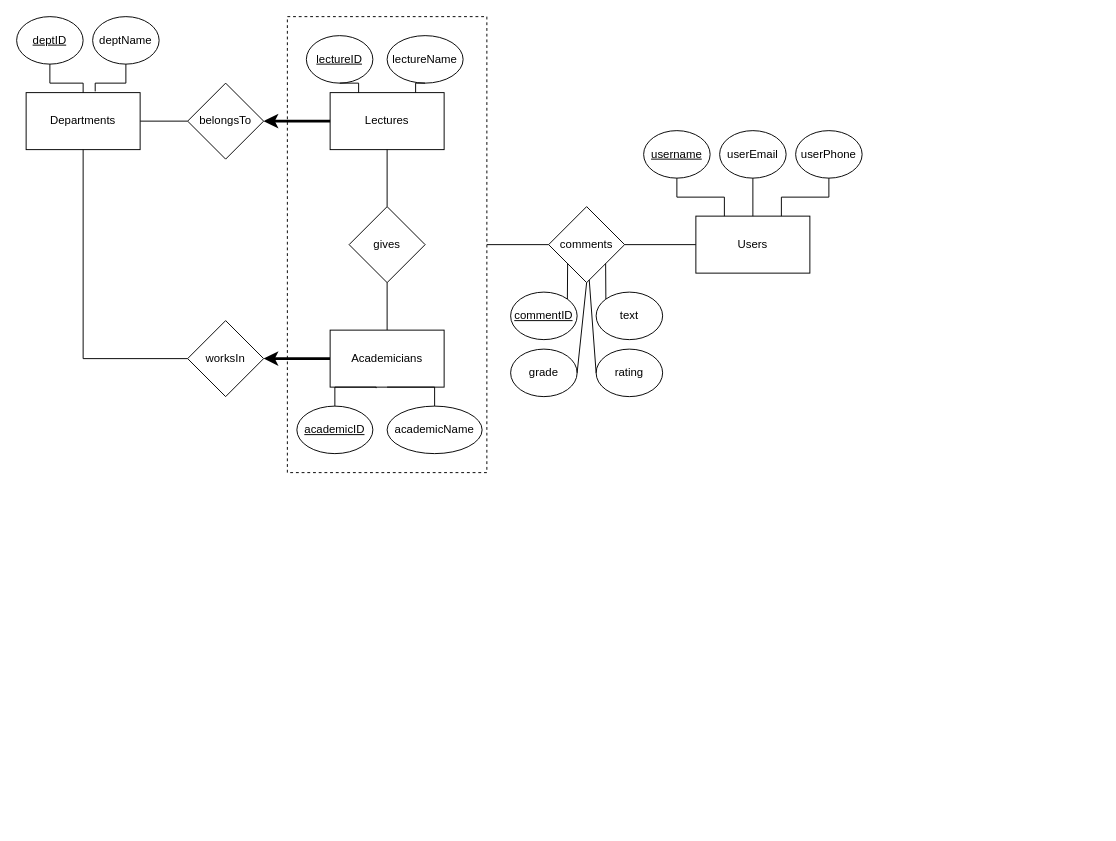
Before: Başlıksız Diyagram.drawio in apoionuz/ceng302, a draw.io diagram. Source tidied: cells renumbered, new cells numbered last; positions are measured from the earlier drawing's top-left corner, leaving out a move shared by most shapes. Both pictures are drawn from the tidied source at 95%, with x=0, y=0 at pixel (16, 16).
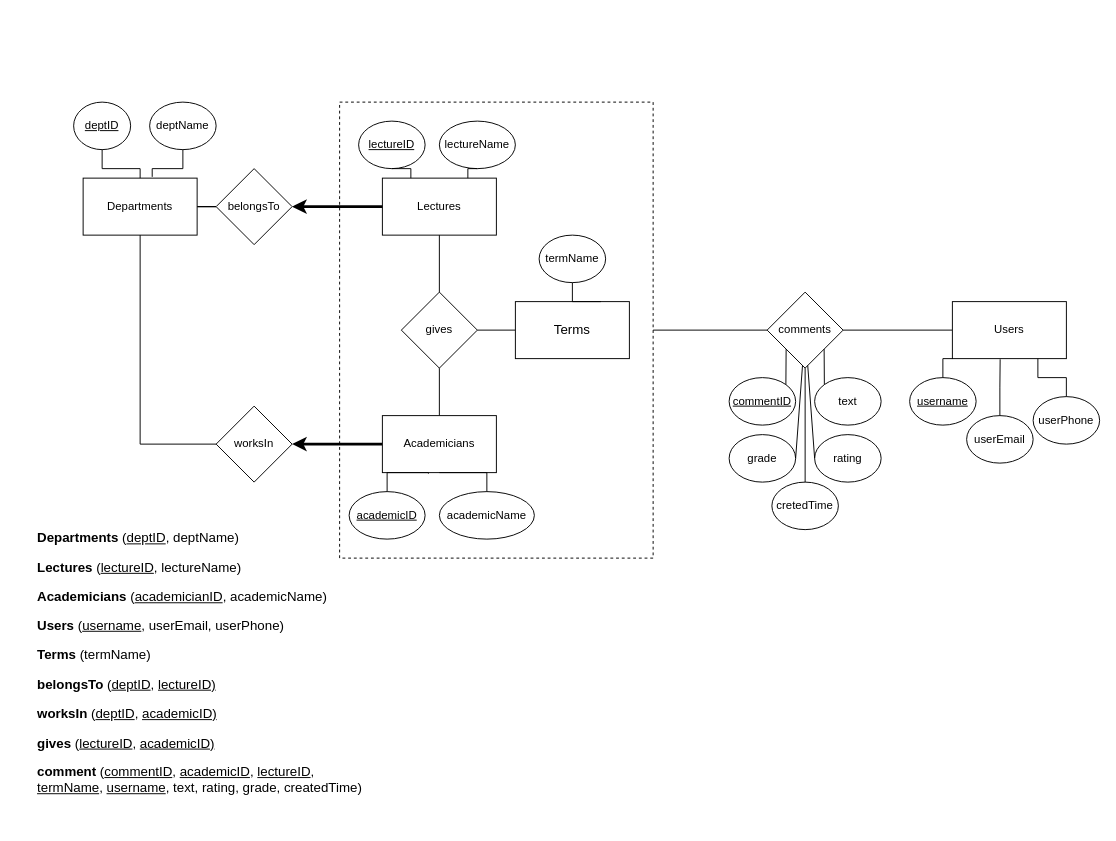
The same diagram, later.

The edit, as a diff of the source:
```diff
@@
     <mxCell id="4" value="Academicians" style="rounded=0;whiteSpace=wrap;html=1;" parent="1" vertex="1">
-      <mxGeometry x="330" y="330" width="120" height="60" as="geometry" />
+      <mxGeometry x="385" y="420" width="120" height="60" as="geometry" />
     </mxCell>
     <mxCell id="5" value="Lectures" style="rounded=0;whiteSpace=wrap;html=1;" parent="1" vertex="1">
-      <mxGeometry x="330" y="80" width="120" height="60" as="geometry" />
+      <mxGeometry x="385" y="170" width="120" height="60" as="geometry" />
     </mxCell>
@@
     <mxCell id="7" value="Users" style="rounded=0;whiteSpace=wrap;html=1;" parent="1" vertex="1">
-      <mxGeometry x="715" y="210" width="120" height="60" as="geometry" />
+      <mxGeometry x="985" y="300" width="120" height="60" as="geometry" />
     </mxCell>
@@
     <mxCell id="9" value="Departments" style="rounded=0;whiteSpace=wrap;html=1;" parent="1" vertex="1">
-      <mxGeometry x="10" y="80" width="120" height="60" as="geometry" />
+      <mxGeometry x="70" y="170" width="120" height="60" as="geometry" />
     </mxCell>
@@
     <mxCell id="11" value="belongsTo" style="rhombus;whiteSpace=wrap;html=1;rounded=0;" parent="1" vertex="1">
-      <mxGeometry x="180" y="70" width="80" height="80" as="geometry" />
+      <mxGeometry x="210" y="160" width="80" height="80" as="geometry" />
     </mxCell>
     <mxCell id="12" style="rounded=0;whiteSpace=wrap;html=1;dashed=1;fillColor=none;" parent="1" vertex="1">
-      <mxGeometry x="285" width="210" height="480" as="geometry" />
+      <mxGeometry x="340" y="90" width="330" height="480" as="geometry" />
     </mxCell>
@@
     <mxCell id="14" value="worksIn" style="rhombus;whiteSpace=wrap;html=1;rounded=0;" parent="1" vertex="1">
-      <mxGeometry x="180" y="320" width="80" height="80" as="geometry" />
+      <mxGeometry x="210" y="410" width="80" height="80" as="geometry" />
     </mxCell>
@@
     <mxCell id="16" value="gives" style="rhombus;whiteSpace=wrap;html=1;rounded=0;" parent="1" vertex="1">
-      <mxGeometry x="350" y="200" width="80" height="80" as="geometry" />
+      <mxGeometry x="405" y="290" width="80" height="80" as="geometry" />
     </mxCell>
@@
     <mxCell id="18" value="comments" style="rhombus;whiteSpace=wrap;html=1;rounded=0;" parent="1" vertex="1">
-      <mxGeometry x="560" y="200" width="80" height="80" as="geometry" />
+      <mxGeometry x="790" y="290" width="80" height="80" as="geometry" />
     </mxCell>
-    <mxCell id="19" style="edgeStyle=orthogonalEdgeStyle;rounded=0;jettySize=auto;html=1;exitX=0.5;exitY=1;exitDx=0;exitDy=0;entryX=0.25;entryY=0;entryDx=0;entryDy=0;strokeWidth=1;startArrow=none;startFill=0;endArrow=none;endFill=0;" parent="1" edge="1" source="20" target="7">
+    <mxCell id="19" style="edgeStyle=orthogonalEdgeStyle;rounded=0;jettySize=auto;html=1;entryX=0;entryY=1;entryDx=0;entryDy=0;strokeWidth=1;fontSize=14;startArrow=none;startFill=0;endArrow=none;endFill=0;" parent="1" edge="1" source="20" target="7">
       <mxGeometry relative="1" as="geometry" />
     </mxCell>
     <mxCell id="20" value="&lt;u&gt;username&lt;/u&gt;" style="ellipse;whiteSpace=wrap;html=1;fillColor=none;" parent="1" vertex="1">
-      <mxGeometry x="660" y="120" width="70" height="50" as="geometry" />
+      <mxGeometry x="940" y="380" width="70" height="50" as="geometry" />
     </mxCell>
-    <mxCell id="21" style="edgeStyle=orthogonalEdgeStyle;rounded=0;jettySize=auto;html=1;strokeWidth=1;startArrow=none;startFill=0;endArrow=none;endFill=0;" parent="1" edge="1" source="22" target="7">
+    <mxCell id="21" style="edgeStyle=orthogonalEdgeStyle;rounded=0;jettySize=auto;html=1;entryX=0.419;entryY=1.011;entryDx=0;entryDy=0;entryPerimeter=0;strokeWidth=1;fontSize=14;startArrow=none;startFill=0;endArrow=none;endFill=0;" parent="1" edge="1" source="22" target="7">
       <mxGeometry relative="1" as="geometry" />
     </mxCell>
     <mxCell id="22" value="userEmail" style="ellipse;whiteSpace=wrap;html=1;fillColor=none;" parent="1" vertex="1">
-      <mxGeometry x="740" y="120" width="70" height="50" as="geometry" />
+      <mxGeometry x="1000" y="420" width="70" height="50" as="geometry" />
     </mxCell>
-    <mxCell id="23" style="edgeStyle=orthogonalEdgeStyle;rounded=0;jettySize=auto;html=1;entryX=0.75;entryY=0;entryDx=0;entryDy=0;strokeWidth=1;startArrow=none;startFill=0;endArrow=none;endFill=0;" parent="1" edge="1" source="24" target="7">
+    <mxCell id="23" style="edgeStyle=orthogonalEdgeStyle;rounded=0;jettySize=auto;html=1;entryX=0.75;entryY=1;entryDx=0;entryDy=0;strokeWidth=1;fontSize=14;startArrow=none;startFill=0;endArrow=none;endFill=0;" parent="1" edge="1" source="24" target="7">
       <mxGeometry relative="1" as="geometry" />
     </mxCell>
     <mxCell id="24" value="userPhone" style="ellipse;whiteSpace=wrap;html=1;fillColor=none;" parent="1" vertex="1">
-      <mxGeometry x="820" y="120" width="70" height="50" as="geometry" />
+      <mxGeometry x="1070" y="400" width="70" height="50" as="geometry" />
     </mxCell>
@@
     <mxCell id="26" value="&lt;u&gt;deptID&lt;/u&gt;" style="ellipse;whiteSpace=wrap;html=1;fillColor=none;" parent="1" vertex="1">
-      <mxGeometry width="70" height="50" as="geometry" />
+      <mxGeometry x="60" y="90" width="60" height="50" as="geometry" />
     </mxCell>
@@
     <mxCell id="28" value="deptName" style="ellipse;whiteSpace=wrap;html=1;fillColor=none;" parent="1" vertex="1">
-      <mxGeometry x="80" width="70" height="50" as="geometry" />
+      <mxGeometry x="140" y="90" width="70" height="50" as="geometry" />
     </mxCell>
@@
     <mxCell id="30" value="&lt;u&gt;lectureID&lt;/u&gt;" style="ellipse;whiteSpace=wrap;html=1;fillColor=none;" parent="1" vertex="1">
-      <mxGeometry x="305" y="20" width="70" height="50" as="geometry" />
+      <mxGeometry x="360" y="110" width="70" height="50" as="geometry" />
     </mxCell>
@@
     <mxCell id="32" value="lectureName" style="ellipse;whiteSpace=wrap;html=1;fillColor=none;" parent="1" vertex="1">
-      <mxGeometry x="390" y="20" width="80" height="50" as="geometry" />
+      <mxGeometry x="445" y="110" width="80" height="50" as="geometry" />
     </mxCell>
@@
     <mxCell id="34" value="&lt;u&gt;academicID&lt;/u&gt;" style="ellipse;whiteSpace=wrap;html=1;fillColor=none;" parent="1" vertex="1">
-      <mxGeometry x="295" y="410" width="80" height="50" as="geometry" />
+      <mxGeometry x="350" y="500" width="80" height="50" as="geometry" />
     </mxCell>
@@
     <mxCell id="36" value="academicName" style="ellipse;whiteSpace=wrap;html=1;fillColor=none;" parent="1" vertex="1">
-      <mxGeometry x="390" y="410" width="100" height="50" as="geometry" />
+      <mxGeometry x="445" y="500" width="100" height="50" as="geometry" />
     </mxCell>
     <mxCell id="37" value="&lt;u&gt;commentID&lt;/u&gt;" style="ellipse;whiteSpace=wrap;html=1;fillColor=none;" parent="1" vertex="1">
-      <mxGeometry x="520" y="290" width="70" height="50" as="geometry" />
+      <mxGeometry x="750" y="380" width="70" height="50" as="geometry" />
     </mxCell>
     <mxCell id="38" value="text" style="ellipse;whiteSpace=wrap;html=1;fillColor=none;" parent="1" vertex="1">
-      <mxGeometry x="610" y="290" width="70" height="50" as="geometry" />
+      <mxGeometry x="840" y="380" width="70" height="50" as="geometry" />
     </mxCell>
     <mxCell id="39" value="rating" style="ellipse;whiteSpace=wrap;html=1;fillColor=none;" parent="1" vertex="1">
-      <mxGeometry x="610" y="350" width="70" height="50" as="geometry" />
+      <mxGeometry x="840" y="440" width="70" height="50" as="geometry" />
     </mxCell>
     <mxCell id="40" value="grade" style="ellipse;whiteSpace=wrap;html=1;fillColor=none;" parent="1" vertex="1">
-      <mxGeometry x="520" y="350" width="70" height="50" as="geometry" />
+      <mxGeometry x="750" y="440" width="70" height="50" as="geometry" />
     </mxCell>
-    <mxCell id="41" style="endArrow=none;html=1;rounded=0;strokeWidth=1;entryX=0.5;entryY=1;entryDx=0;entryDy=0;exitX=1;exitY=0.5;exitDx=0;exitDy=0;" parent="1" edge="1" source="40" target="18">
+    <mxCell id="41" style="endArrow=none;html=1;rounded=0;strokeWidth=1;exitX=1;exitY=0.5;exitDx=0;exitDy=0;" parent="1" edge="1" source="40" target="18">
       <mxGeometry relative="1" as="geometry" />
     </mxCell>
@@
+    <mxCell id="45" value="&lt;p style=&quot;font-size: 14px;&quot;&gt;&lt;font style=&quot;font-size: 14px;&quot;&gt;&lt;strong style=&quot;&quot;&gt;Departments &lt;/strong&gt;(&lt;u style=&quot;&quot;&gt;deptID&lt;/u&gt;, deptName)&lt;/font&gt;&lt;/p&gt;&lt;p style=&quot;font-size: 14px;&quot;&gt;&lt;font style=&quot;font-size: 14px;&quot;&gt;&lt;strong&gt;Lectures&amp;nbsp;&lt;/strong&gt;(&lt;u&gt;lectureID&lt;/u&gt;, lectureName)&lt;/font&gt;&lt;/p&gt;&lt;p style=&quot;font-size: 14px;&quot;&gt;&lt;font style=&quot;font-size: 14px;&quot;&gt;&lt;strong&gt;Academicians&amp;nbsp;&lt;/strong&gt;(&lt;u&gt;academicianID&lt;/u&gt;, academicName)&lt;/font&gt;&lt;/p&gt;&lt;p style=&quot;font-size: 14px;&quot;&gt;&lt;font style=&quot;font-size: 14px;&quot;&gt;&lt;strong&gt;Users&amp;nbsp;&lt;/strong&gt;(&lt;u&gt;username&lt;/u&gt;, userEmail, userPhone)&lt;/font&gt;&lt;/p&gt;&lt;p style=&quot;font-size: 14px;&quot;&gt;&lt;b&gt;Terms &lt;/b&gt;(termName)&lt;/p&gt;&lt;p style=&quot;font-size: 14px;&quot;&gt;&lt;font style=&quot;font-size: 14px;&quot;&gt;&lt;b style=&quot;background-color: initial;&quot;&gt;belongsTo &lt;/b&gt;&lt;span style=&quot;background-color: initial;&quot;&gt;(&lt;/span&gt;&lt;u style=&quot;background-color: initial;&quot;&gt;deptID&lt;/u&gt;&lt;span style=&quot;background-color: initial;&quot;&gt;, &lt;/span&gt;&lt;u style=&quot;background-color: initial;&quot;&gt;lectureID)&lt;/u&gt;&lt;br&gt;&lt;/font&gt;&lt;/p&gt;&lt;p style=&quot;font-size: 14px;&quot;&gt;&lt;span style=&quot;background-color: initial;&quot;&gt;&lt;font style=&quot;font-size: 14px;&quot;&gt;&lt;b style=&quot;&quot;&gt;worksIn&lt;/b&gt;&amp;nbsp;(&lt;u&gt;deptID&lt;/u&gt;, &lt;u&gt;academicID)&lt;/u&gt;&lt;/font&gt;&lt;/span&gt;&lt;/p&gt;&lt;p style=&quot;font-size: 14px;&quot;&gt;&lt;font style=&quot;font-size: 14px;&quot;&gt;&lt;b&gt;gives&lt;/b&gt;&amp;nbsp;(&lt;u&gt;lectureID&lt;/u&gt;, &lt;u&gt;academicID)&lt;/u&gt;&lt;/font&gt;&lt;/p&gt;&lt;p style=&quot;font-size: 14px;&quot;&gt;&lt;font style=&quot;font-size: 14px;&quot;&gt;&lt;b style=&quot;&quot;&gt;comment&amp;nbsp;&lt;/b&gt;(&lt;u style=&quot;&quot;&gt;commentID&lt;/u&gt;, &lt;u style=&quot;&quot;&gt;academicID&lt;/u&gt;, &lt;u style=&quot;&quot;&gt;lectureID&lt;/u&gt;, &lt;u&gt;termName&lt;/u&gt;,&amp;nbsp;&lt;u style=&quot;&quot;&gt;username&lt;/u&gt;, text, rating, grade, createdTime)&lt;/font&gt;&lt;/p&gt;" style="text;whiteSpace=wrap;html=1;strokeWidth=1;" parent="1" vertex="1">
+      <mxGeometry x="20" y="520" width="360" height="330" as="geometry" />
+    </mxCell>
+    <mxCell id="46" style="edgeStyle=orthogonalEdgeStyle;rounded=0;jettySize=auto;html=1;strokeWidth=1;startArrow=none;startFill=0;endArrow=none;endFill=0;" parent="1" edge="1" source="47" target="18">
+      <mxGeometry relative="1" as="geometry" />
+    </mxCell>
+    <mxCell id="47" value="cretedTime" style="ellipse;whiteSpace=wrap;html=1;fillColor=none;" parent="1" vertex="1">
+      <mxGeometry x="795" y="490" width="70" height="50" as="geometry" />
+    </mxCell>
+    <mxCell id="48" style="edgeStyle=orthogonalEdgeStyle;rounded=0;jettySize=auto;html=1;entryX=1;entryY=0.5;entryDx=0;entryDy=0;strokeWidth=1;fontSize=14;startArrow=none;startFill=0;endArrow=none;endFill=0;" parent="1" edge="1" source="49" target="16">
+      <mxGeometry relative="1" as="geometry" />
+    </mxCell>
+    <mxCell id="49" value="Terms" style="rounded=0;whiteSpace=wrap;html=1;strokeWidth=1;fontSize=14;fillColor=none;" parent="1" vertex="1">
+      <mxGeometry x="525" y="300" width="120" height="60" as="geometry" />
+    </mxCell>
+    <mxCell id="50" style="edgeStyle=orthogonalEdgeStyle;rounded=0;jettySize=auto;html=1;strokeWidth=1;fontSize=14;startArrow=none;startFill=0;endArrow=none;endFill=0;entryX=0.75;entryY=0;entryDx=0;entryDy=0;" parent="1" edge="1" source="51" target="49">
+      <mxGeometry relative="1" as="geometry" />
+    </mxCell>
+    <mxCell id="51" value="termName" style="ellipse;whiteSpace=wrap;html=1;fillColor=none;" parent="1" vertex="1">
+      <mxGeometry x="550" y="230" width="70" height="50" as="geometry" />
+    </mxCell>
```
